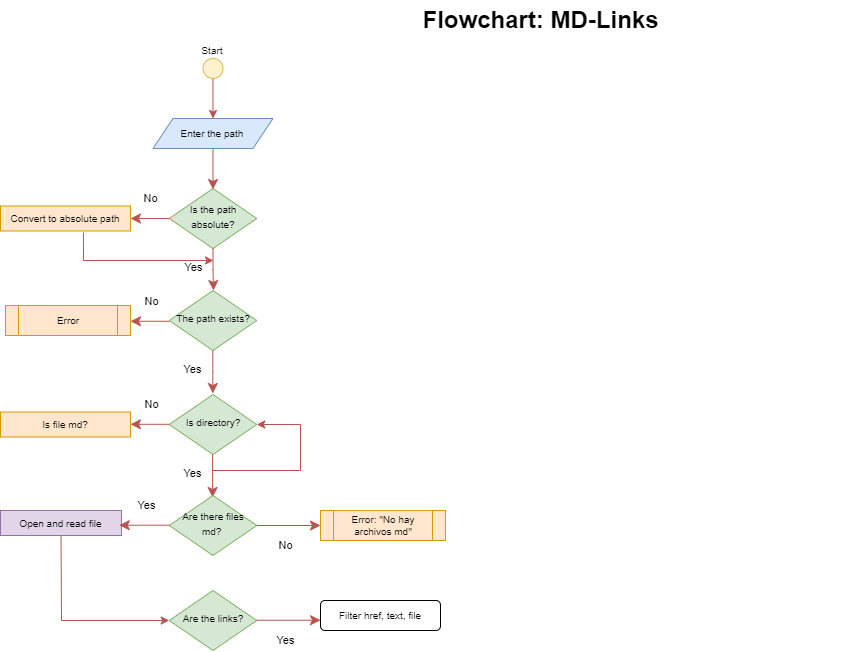
Before: Diagrama_flujo_md-Links.drawio.png, a diagram exported from draw.io (arelia10/LIM017-md-links). Source tidied: cells renumbered, new cells last; positions are measured from the earlier drawing's top-left corner, leaving out a move shared by most shapes.
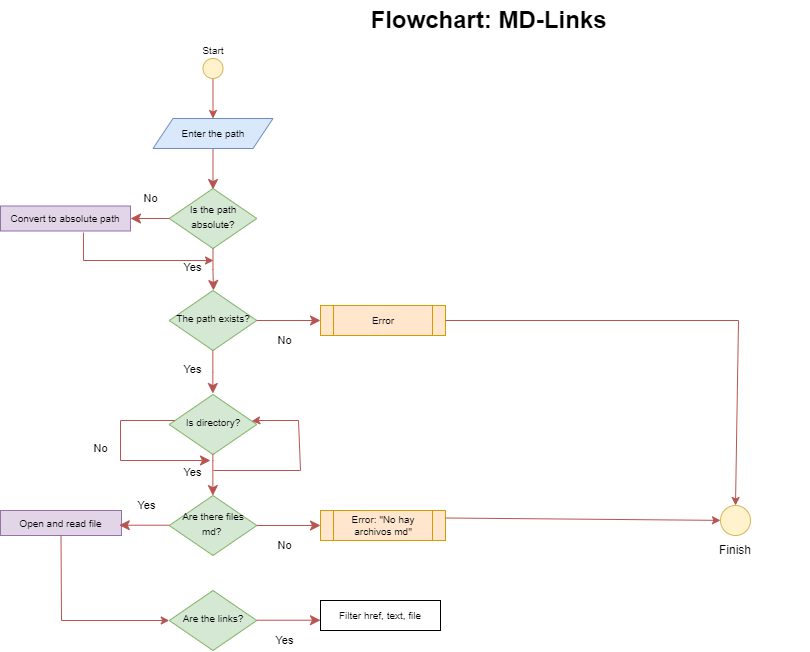
The same diagram one commit later.

What changed in the source:
```diff
@@ -8,7 +8,7 @@
         <mxPoint x="212.5" y="189" as="targetPoint" />
       </mxGeometry>
     </mxCell>
-    <mxCell id="3" value="&lt;font style=&quot;font-size: 10px;&quot;&gt;Is the path absolute?&lt;/font&gt;" style="rhombus;whiteSpace=wrap;html=1;shadow=0;fontFamily=Helvetica;fontSize=12;align=center;strokeWidth=1;spacing=6;spacingTop=-4;fillColor=#d5e8d4;strokeColor=#82b366;" parent="1" vertex="1">
+    <mxCell id="3" value="&lt;font style=&quot;font-size: 10px;&quot;&gt;Is the path absolute?&lt;/font&gt;" style="rhombus;whiteSpace=wrap;html=1;shadow=0;fontFamily=Helvetica;fontSize=12;align=center;strokeWidth=1;spacing=6;spacingTop=-4;fillColor=#d5e8d4;strokeColor=#82b366;rounded=0;" parent="1" vertex="1">
       <mxGeometry x="168.8" y="188" width="87.5" height="60" as="geometry" />
     </mxCell>
     <mxCell id="4" value="No" style="edgeStyle=orthogonalEdgeStyle;rounded=0;html=1;jettySize=auto;fontSize=11;endArrow=classic;endFill=1;endSize=8;strokeWidth=1;shadow=0;labelBackgroundColor=none;fillColor=#f8cecc;strokeColor=#b85450;" parent="1" edge="1" source="3" target="10">
@@ -17,21 +17,21 @@
     <mxCell id="5" style="edgeStyle=orthogonalEdgeStyle;rounded=0;jettySize=auto;html=1;exitX=0.5;exitY=1;exitDx=0;exitDy=0;fillColor=#f8cecc;strokeColor=#b85450;entryX=0.5;entryY=0;entryDx=0;entryDy=0;" parent="1" edge="1" source="6" target="9">
       <mxGeometry relative="1" as="geometry" />
     </mxCell>
-    <mxCell id="6" style="ellipse;whiteSpace=wrap;html=1;fillColor=#fff2cc;strokeColor=#d6b656;" parent="1" vertex="1">
+    <mxCell id="6" style="ellipse;whiteSpace=wrap;html=1;fillColor=#fff2cc;strokeColor=#d6b656;rounded=0;" parent="1" vertex="1">
       <mxGeometry x="202.5" y="58" width="20" height="20" as="geometry" />
     </mxCell>
-    <mxCell id="7" value="Flowchart: MD-Links" style="text;strokeColor=none;fillColor=none;html=1;fontSize=24;fontStyle=1;verticalAlign=middle;align=center;" parent="1" vertex="1">
-      <mxGeometry x="220" width="640" height="40" as="geometry" />
+    <mxCell id="7" value="Flowchart: MD-Links" style="text;strokeColor=none;fillColor=none;html=1;fontSize=24;fontStyle=1;verticalAlign=middle;align=center;rounded=0;" parent="1" vertex="1">
+      <mxGeometry x="168" width="640" height="40" as="geometry" />
     </mxCell>
     <object id="8" label="&lt;font style=&quot;font-size: 10px;&quot;&gt;Start&lt;/font&gt;" name="Variable" placeholders="1">
-      <mxCell style="text;html=1;strokeColor=none;fillColor=none;align=center;verticalAlign=middle;whiteSpace=wrap;overflow=hidden;" parent="1" vertex="1">
+      <mxCell style="text;html=1;strokeColor=none;fillColor=none;align=center;verticalAlign=middle;whiteSpace=wrap;overflow=hidden;rounded=0;" parent="1" vertex="1">
         <mxGeometry x="172.5" y="40" width="80" height="20" as="geometry" />
       </mxCell>
     </object>
-    <mxCell id="9" value="&lt;span style=&quot;&quot;&gt;&lt;font style=&quot;font-size: 10px;&quot;&gt;Enter the path&lt;/font&gt;&lt;/span&gt;" style="shape=parallelogram;perimeter=parallelogramPerimeter;whiteSpace=wrap;html=1;fixedSize=1;fillColor=#dae8fc;strokeColor=#6c8ebf;" parent="1" vertex="1">
+    <mxCell id="9" value="&lt;span style=&quot;&quot;&gt;&lt;font style=&quot;font-size: 10px;&quot;&gt;Enter the path&lt;/font&gt;&lt;/span&gt;" style="shape=parallelogram;perimeter=parallelogramPerimeter;whiteSpace=wrap;html=1;fixedSize=1;fillColor=#dae8fc;strokeColor=#6c8ebf;rounded=0;" parent="1" vertex="1">
       <mxGeometry x="152.5" y="118" width="120" height="30" as="geometry" />
     </mxCell>
-    <mxCell id="10" value="&lt;font style=&quot;font-size: 10px;&quot;&gt;Convert to absolute path&lt;/font&gt;" style="rounded=0;whiteSpace=wrap;html=1;fillColor=#ffe6cc;strokeColor=#d79b00;" parent="1" vertex="1">
+    <mxCell id="10" value="&lt;font style=&quot;font-size: 10px;&quot;&gt;Convert to absolute path&lt;/font&gt;" style="rounded=0;whiteSpace=wrap;html=1;fillColor=#e1d5e7;strokeColor=#9673a6;" parent="1" vertex="1">
       <mxGeometry y="205.5" width="130" height="25" as="geometry" />
     </mxCell>
     <mxCell id="11" value="Yes" style="edgeStyle=orthogonalEdgeStyle;rounded=0;html=1;jettySize=auto;fontSize=11;endArrow=classic;endFill=1;endSize=8;strokeWidth=1;shadow=0;labelBackgroundColor=none;fillColor=#f8cecc;strokeColor=#b85450;exitX=0.5;exitY=1;exitDx=0;exitDy=0;" parent="1" edge="1" source="3">
@@ -39,17 +39,16 @@
         <mxPoint x="213" y="290" as="targetPoint" />
       </mxGeometry>
     </mxCell>
-    <mxCell id="12" value="&lt;font style=&quot;font-size: 10px;&quot;&gt;The path exists?&lt;/font&gt;" style="rhombus;whiteSpace=wrap;html=1;shadow=0;fontFamily=Helvetica;fontSize=12;align=center;strokeWidth=1;spacing=6;spacingTop=-4;fillColor=#d5e8d4;strokeColor=#82b366;" parent="1" vertex="1">
+    <mxCell id="12" value="&lt;font style=&quot;font-size: 10px;&quot;&gt;The path exists?&lt;/font&gt;" style="rhombus;whiteSpace=wrap;html=1;shadow=0;fontFamily=Helvetica;fontSize=12;align=center;strokeWidth=1;spacing=6;spacingTop=-4;fillColor=#d5e8d4;strokeColor=#82b366;rounded=0;" parent="1" vertex="1">
       <mxGeometry x="168.8" y="290" width="87.5" height="60" as="geometry" />
     </mxCell>
-    <mxCell id="13" value="No" style="edgeStyle=orthogonalEdgeStyle;rounded=0;html=1;jettySize=auto;orthogonalLoop=1;fontSize=11;endArrow=classic;endFill=1;endSize=8;strokeWidth=1;shadow=0;labelBackgroundColor=none;fillColor=#f8cecc;strokeColor=#b85450;" parent="1" edge="1">
+    <mxCell id="13" value="No" style="edgeStyle=orthogonalEdgeStyle;rounded=0;html=1;jettySize=auto;fontSize=11;endArrow=classic;endFill=1;endSize=8;strokeWidth=1;shadow=0;labelBackgroundColor=none;fillColor=#f8cecc;strokeColor=#b85450;" parent="1" edge="1" target="14">
       <mxGeometry x="-0.11" y="-20" relative="1" as="geometry">
-        <mxPoint x="168.8" y="320.8" as="sourcePoint" />
-        <mxPoint x="130" y="320.8" as="targetPoint" />
+        <mxPoint x="256" y="320" as="sourcePoint" />
       </mxGeometry>
     </mxCell>
-    <mxCell id="14" value="Error" style="shape=process;whiteSpace=wrap;html=1;backgroundOutline=1;fontSize=10;fillColor=#ffe6cc;strokeColor=#d79b00;" parent="1" vertex="1">
-      <mxGeometry x="5" y="305" width="125" height="30" as="geometry" />
+    <mxCell id="14" value="Error" style="shape=process;whiteSpace=wrap;html=1;backgroundOutline=1;fontSize=10;fillColor=#ffe6cc;strokeColor=#d79b00;rounded=0;" parent="1" vertex="1">
+      <mxGeometry x="320" y="305" width="125" height="30" as="geometry" />
     </mxCell>
     <mxCell id="15" value="Yes" style="edgeStyle=orthogonalEdgeStyle;rounded=0;html=1;jettySize=auto;orthogonalLoop=1;fontSize=11;endArrow=classic;endFill=1;endSize=8;strokeWidth=1;shadow=0;labelBackgroundColor=none;fillColor=#f8cecc;strokeColor=#b85450;" parent="1" edge="1">
       <mxGeometry x="-0.11" y="-20" relative="1" as="geometry">
@@ -61,13 +60,16 @@
         </Array>
       </mxGeometry>
     </mxCell>
-    <mxCell id="16" value="&lt;font style=&quot;font-size: 10px;&quot;&gt;Is directory?&lt;/font&gt;" style="rhombus;whiteSpace=wrap;html=1;shadow=0;fontFamily=Helvetica;fontSize=12;align=center;strokeWidth=1;spacing=6;spacingTop=-4;fillColor=#d5e8d4;strokeColor=#82b366;" parent="1" vertex="1">
+    <mxCell id="16" value="&lt;font style=&quot;font-size: 10px;&quot;&gt;Is directory?&lt;/font&gt;" style="rhombus;whiteSpace=wrap;html=1;shadow=0;fontFamily=Helvetica;fontSize=12;align=center;strokeWidth=1;spacing=6;spacingTop=-4;fillColor=#d5e8d4;strokeColor=#82b366;rounded=0;" parent="1" vertex="1">
       <mxGeometry x="168.8" y="394" width="87.5" height="60" as="geometry" />
     </mxCell>
-    <mxCell id="17" value="No" style="edgeStyle=orthogonalEdgeStyle;rounded=0;html=1;jettySize=auto;orthogonalLoop=1;fontSize=11;endArrow=classic;endFill=1;endSize=8;strokeWidth=1;shadow=0;labelBackgroundColor=none;fillColor=#f8cecc;strokeColor=#b85450;" parent="1" edge="1">
+    <mxCell id="17" value="No" style="edgeStyle=orthogonalEdgeStyle;rounded=0;html=1;jettySize=auto;fontSize=11;endArrow=classic;endFill=1;endSize=8;strokeWidth=1;shadow=0;labelBackgroundColor=none;fillColor=#f8cecc;strokeColor=#b85450;" parent="1" edge="1" source="16">
       <mxGeometry x="-0.11" y="-20" relative="1" as="geometry">
-        <mxPoint x="168.8" y="423.8" as="sourcePoint" />
-        <mxPoint x="130" y="423.8" as="targetPoint" />
+        <mxPoint x="210" y="460" as="targetPoint" />
+        <Array as="points">
+          <mxPoint x="120" y="420" />
+          <mxPoint x="120" y="460" />
+        </Array>
       </mxGeometry>
     </mxCell>
     <mxCell id="18" style="endArrow=classic;html=1;rounded=0;fillColor=#f8cecc;strokeColor=#b85450;exitX=0.638;exitY=1.06;exitDx=0;exitDy=0;exitPerimeter=0;" parent="1" edge="1" source="10">
@@ -78,41 +80,37 @@
         </Array>
       </mxGeometry>
     </mxCell>
-    <mxCell id="19" value="Yes" style="edgeStyle=orthogonalEdgeStyle;rounded=0;html=1;jettySize=auto;orthogonalLoop=1;fontSize=11;endArrow=classic;endFill=1;endSize=8;strokeWidth=1;shadow=0;labelBackgroundColor=none;fillColor=#f8cecc;strokeColor=#b85450;" parent="1" edge="1">
+    <mxCell id="19" value="Yes" style="edgeStyle=orthogonalEdgeStyle;rounded=0;html=1;jettySize=auto;fontSize=11;endArrow=classic;endFill=1;endSize=8;strokeWidth=1;shadow=0;labelBackgroundColor=none;fillColor=#f8cecc;strokeColor=#b85450;exitX=0.499;exitY=0.99;exitDx=0;exitDy=0;exitPerimeter=0;" parent="1" edge="1" source="16" target="20">
       <mxGeometry x="-0.11" y="-20" relative="1" as="geometry">
-        <mxPoint x="212.1" y="454" as="sourcePoint" />
-        <mxPoint x="212.1" y="497" as="targetPoint" />
         <Array as="points">
-          <mxPoint x="212.1" y="476" />
-          <mxPoint x="212.1" y="476" />
+          <mxPoint x="212" y="460" />
+          <mxPoint x="212" y="460" />
         </Array>
       </mxGeometry>
     </mxCell>
-    <mxCell id="20" value="&lt;font style=&quot;font-size: 10px;&quot;&gt;Are there files md?&amp;nbsp;&lt;/font&gt;" style="rhombus;whiteSpace=wrap;html=1;shadow=0;fontFamily=Helvetica;fontSize=12;align=center;strokeWidth=1;spacing=6;spacingTop=-4;fillColor=#d5e8d4;strokeColor=#82b366;" parent="1" vertex="1">
+    <mxCell id="20" value="&lt;font style=&quot;font-size: 10px;&quot;&gt;Are there files md?&amp;nbsp;&lt;/font&gt;" style="rhombus;whiteSpace=wrap;html=1;shadow=0;fontFamily=Helvetica;fontSize=12;align=center;strokeWidth=1;spacing=6;spacingTop=-4;fillColor=#d5e8d4;strokeColor=#82b366;rounded=0;" parent="1" vertex="1">
       <mxGeometry x="168.8" y="495" width="87.5" height="60" as="geometry" />
     </mxCell>
-    <mxCell id="21" value="&lt;font style=&quot;font-size: 10px;&quot;&gt;Is file md?&lt;/font&gt;" style="rounded=0;whiteSpace=wrap;html=1;fillColor=#ffe6cc;strokeColor=#d79b00;" parent="1" vertex="1">
-      <mxGeometry y="411.5" width="130" height="25" as="geometry" />
-    </mxCell>
-    <mxCell id="22" style="endArrow=classic;html=1;rounded=0;fillColor=#f8cecc;strokeColor=#b85450;entryX=1;entryY=0.5;entryDx=0;entryDy=0;" parent="1" edge="1" target="16">
+    <mxCell id="22" style="endArrow=classic;html=1;rounded=0;fillColor=#f8cecc;strokeColor=#b85450;" parent="1" edge="1" target="16">
       <mxGeometry relative="1" as="geometry">
-        <mxPoint x="212" y="470" as="sourcePoint" />
+        <mxPoint x="213" y="470" as="sourcePoint" />
         <Array as="points">
           <mxPoint x="300" y="470" />
-          <mxPoint x="300" y="424" />
+          <mxPoint x="298" y="420" />
+          <mxPoint x="258" y="420" />
         </Array>
       </mxGeometry>
     </mxCell>
     <mxCell id="23" value="No" style="edgeStyle=orthogonalEdgeStyle;rounded=0;html=1;jettySize=auto;fontSize=11;endArrow=classic;endFill=1;endSize=8;strokeWidth=1;shadow=0;labelBackgroundColor=none;fillColor=#f8cecc;strokeColor=#b85450;entryX=0;entryY=0.5;entryDx=0;entryDy=0;exitX=1;exitY=0.5;exitDx=0;exitDy=0;" parent="1" edge="1" source="20" target="24">
       <mxGeometry x="-0.11" y="-20" relative="1" as="geometry" />
     </mxCell>
-    <mxCell id="24" value="Error: &quot;No hay archivos md&quot;" style="shape=process;whiteSpace=wrap;html=1;backgroundOutline=1;fontSize=10;fillColor=#ffe6cc;strokeColor=#d79b00;" parent="1" vertex="1">
+    <mxCell id="24" value="Error: &quot;No hay archivos md&quot;" style="shape=process;whiteSpace=wrap;html=1;backgroundOutline=1;fontSize=10;fillColor=#ffe6cc;strokeColor=#d79b00;rounded=0;" parent="1" vertex="1">
       <mxGeometry x="320" y="510" width="125" height="30" as="geometry" />
     </mxCell>
     <mxCell id="25" value="&lt;font style=&quot;font-size: 10px;&quot;&gt;Open and read file&lt;/font&gt;" style="rounded=0;whiteSpace=wrap;html=1;fillColor=#e1d5e7;strokeColor=#9673a6;" parent="1" vertex="1">
       <mxGeometry y="510" width="121" height="25" as="geometry" />
     </mxCell>
-    <mxCell id="26" value="&lt;font style=&quot;font-size: 10px;&quot;&gt;Are the links?&lt;/font&gt;" style="rhombus;whiteSpace=wrap;html=1;shadow=0;fontFamily=Helvetica;fontSize=12;align=center;strokeWidth=1;spacing=6;spacingTop=-4;fillColor=#d5e8d4;strokeColor=#82b366;" parent="1" vertex="1">
+    <mxCell id="26" value="&lt;font style=&quot;font-size: 10px;&quot;&gt;Are the links?&lt;/font&gt;" style="rhombus;whiteSpace=wrap;html=1;shadow=0;fontFamily=Helvetica;fontSize=12;align=center;strokeWidth=1;spacing=6;spacingTop=-4;fillColor=#d5e8d4;strokeColor=#82b366;rounded=0;" parent="1" vertex="1">
       <mxGeometry x="168.8" y="590" width="87.5" height="60" as="geometry" />
     </mxCell>
     <mxCell id="27" style="endArrow=classic;html=1;rounded=0;fillColor=#f8cecc;strokeColor=#b85450;entryX=0;entryY=0.5;entryDx=0;entryDy=0;exitX=0.5;exitY=1;exitDx=0;exitDy=0;" parent="1" edge="1" source="25" target="26">
@@ -134,8 +132,24 @@
         <mxPoint x="118.8" y="524.7" as="targetPoint" />
       </mxGeometry>
     </mxCell>
-    <mxCell id="30" value="&lt;font style=&quot;font-size: 10px;&quot;&gt;Filter href, text, file&lt;/font&gt;" style="rounded=1;whiteSpace=wrap;html=1;" parent="1" vertex="1">
+    <mxCell id="30" value="&lt;font style=&quot;font-size: 10px;&quot;&gt;Filter href, text, file&lt;/font&gt;" style="rounded=0;whiteSpace=wrap;html=1;" parent="1" vertex="1">
       <mxGeometry x="320" y="600" width="120" height="30" as="geometry" />
     </mxCell>
+    <mxCell id="31" style="endArrow=classic;html=1;rounded=0;exitX=1;exitY=0.25;exitDx=0;exitDy=0;fillColor=#f8cecc;strokeColor=#b85450;" parent="1" edge="1" source="24" target="32">
+      <mxGeometry relative="1" as="geometry" />
+    </mxCell>
+    <mxCell id="32" style="ellipse;whiteSpace=wrap;html=1;fillColor=#fff2cc;strokeColor=#d6b656;rounded=0;" parent="1" vertex="1">
+      <mxGeometry x="720" y="505" width="30" height="30" as="geometry" />
+    </mxCell>
+    <mxCell id="33" value="Finish" style="text;html=1;strokeColor=none;fillColor=none;align=center;verticalAlign=middle;whiteSpace=wrap;rounded=0;" parent="1" vertex="1">
+      <mxGeometry x="705" y="535" width="60" height="30" as="geometry" />
+    </mxCell>
+    <mxCell id="34" style="endArrow=classic;html=1;rounded=0;entryX=0.5;entryY=0;entryDx=0;entryDy=0;fillColor=#f8cecc;strokeColor=#b85450;" parent="1" edge="1" source="14" target="32">
+      <mxGeometry relative="1" as="geometry">
+        <Array as="points">
+          <mxPoint x="738" y="320" />
+        </Array>
+      </mxGeometry>
+    </mxCell>
   </root>
 </mxGraphModel>
```
